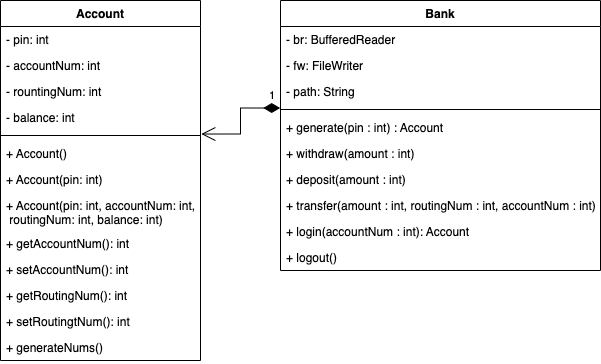
Above: BankOfUmwDesign.png in beardotpdf/240_FinalProject (draw.io), before the change. Source tidied: cells renumbered, new cells last; positions are measured from the earlier drawing's top-left corner, leaving out a move shared by most shapes.
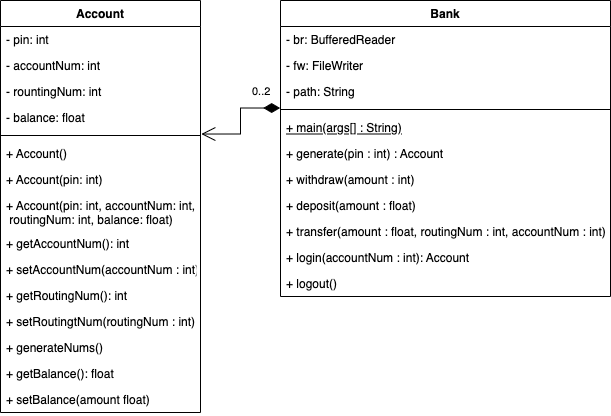
The same file after the commit.

Commit message:
updating design diagram, uploading psuedocode description to accompany diagram.

The edit, as a diff of the source:
```diff
@@ -3,7 +3,7 @@
     <mxCell id="0" />
     <mxCell id="1" parent="0" />
     <mxCell id="2" value="Account" style="swimlane;fontStyle=1;align=center;verticalAlign=top;horizontal=1;startSize=26;" parent="1" vertex="1">
-      <mxGeometry width="200" height="360" as="geometry" />
+      <mxGeometry width="200" height="412" as="geometry" />
     </mxCell>
     <mxCell id="3" value="- pin: int" style="text;strokeColor=none;fillColor=none;align=left;verticalAlign=top;spacingLeft=4;spacingRight=4;overflow=hidden;" parent="2" vertex="1">
       <mxGeometry y="26" width="200" height="26" as="geometry" />
@@ -14,7 +14,7 @@
     <mxCell id="5" value="- rountingNum: int" style="text;strokeColor=none;fillColor=none;align=left;verticalAlign=top;spacingLeft=4;spacingRight=4;overflow=hidden;" parent="2" vertex="1">
       <mxGeometry y="78" width="200" height="26" as="geometry" />
     </mxCell>
-    <mxCell id="6" value="- balance: int" style="text;strokeColor=none;fillColor=none;align=left;verticalAlign=top;spacingLeft=4;spacingRight=4;overflow=hidden;" parent="2" vertex="1">
+    <mxCell id="6" value="- balance: float" style="text;strokeColor=none;fillColor=none;align=left;verticalAlign=top;spacingLeft=4;spacingRight=4;overflow=hidden;" parent="2" vertex="1">
       <mxGeometry y="104" width="200" height="26" as="geometry" />
     </mxCell>
     <mxCell id="7" style="line;strokeWidth=1;fillColor=none;align=left;verticalAlign=middle;spacingTop=-1;spacingLeft=3;spacingRight=3;labelPosition=right;points=[];portConstraint=eastwest;" parent="2" vertex="1">
@@ -26,59 +26,68 @@
     <mxCell id="9" value="+ Account(pin: int)" style="text;strokeColor=none;fillColor=none;align=left;verticalAlign=top;spacingLeft=4;spacingRight=4;overflow=hidden;" parent="2" vertex="1">
       <mxGeometry y="166" width="200" height="26" as="geometry" />
     </mxCell>
-    <mxCell id="10" value="+ Account(pin: int, accountNum: int,&#10; routingNum: int, balance: int)" style="text;strokeColor=none;fillColor=none;align=left;verticalAlign=top;spacingLeft=4;spacingRight=4;overflow=hidden;" parent="2" vertex="1">
+    <mxCell id="10" value="+ Account(pin: int, accountNum: int,&#10; routingNum: int, balance: float)" style="text;strokeColor=none;fillColor=none;align=left;verticalAlign=top;spacingLeft=4;spacingRight=4;overflow=hidden;" parent="2" vertex="1">
       <mxGeometry y="192" width="200" height="38" as="geometry" />
     </mxCell>
     <mxCell id="11" value="+ getAccountNum(): int" style="text;strokeColor=none;fillColor=none;align=left;verticalAlign=top;spacingLeft=4;spacingRight=4;overflow=hidden;" parent="2" vertex="1">
       <mxGeometry y="230" width="200" height="26" as="geometry" />
     </mxCell>
-    <mxCell id="12" value="+ setAccountNum(): int" style="text;strokeColor=none;fillColor=none;align=left;verticalAlign=top;spacingLeft=4;spacingRight=4;overflow=hidden;" parent="2" vertex="1">
+    <mxCell id="12" value="+ setAccountNum(accountNum : int)" style="text;strokeColor=none;fillColor=none;align=left;verticalAlign=top;spacingLeft=4;spacingRight=4;overflow=hidden;" parent="2" vertex="1">
       <mxGeometry y="256" width="200" height="26" as="geometry" />
     </mxCell>
     <mxCell id="13" value="+ getRoutingNum(): int" style="text;strokeColor=none;fillColor=none;align=left;verticalAlign=top;spacingLeft=4;spacingRight=4;overflow=hidden;" parent="2" vertex="1">
       <mxGeometry y="282" width="200" height="26" as="geometry" />
     </mxCell>
-    <mxCell id="14" value="+ setRoutingtNum(): int" style="text;strokeColor=none;fillColor=none;align=left;verticalAlign=top;spacingLeft=4;spacingRight=4;overflow=hidden;" parent="2" vertex="1">
+    <mxCell id="14" value="+ setRoutingtNum(routingNum : int)" style="text;strokeColor=none;fillColor=none;align=left;verticalAlign=top;spacingLeft=4;spacingRight=4;overflow=hidden;" parent="2" vertex="1">
       <mxGeometry y="308" width="200" height="26" as="geometry" />
     </mxCell>
     <mxCell id="15" value="+ generateNums()" style="text;strokeColor=none;fillColor=none;align=left;verticalAlign=top;spacingLeft=4;spacingRight=4;overflow=hidden;" parent="2" vertex="1">
       <mxGeometry y="334" width="200" height="26" as="geometry" />
     </mxCell>
+    <mxCell id="28" value="+ getBalance(): float" style="text;strokeColor=none;fillColor=none;align=left;verticalAlign=top;spacingLeft=4;spacingRight=4;overflow=hidden;" parent="2" vertex="1">
+      <mxGeometry y="360" width="200" height="26" as="geometry" />
+    </mxCell>
+    <mxCell id="29" value="+ setBalance(amount float)" style="text;strokeColor=none;fillColor=none;align=left;verticalAlign=top;spacingLeft=4;spacingRight=4;overflow=hidden;" parent="2" vertex="1">
+      <mxGeometry y="386" width="200" height="26" as="geometry" />
+    </mxCell>
     <mxCell id="16" value="Bank" style="swimlane;fontStyle=1;align=center;verticalAlign=top;horizontal=1;startSize=26;" parent="1" vertex="1">
-      <mxGeometry x="280" width="320" height="270" as="geometry" />
+      <mxGeometry x="280" width="330" height="296" as="geometry" />
     </mxCell>
     <mxCell id="17" value="- br: BufferedReader" style="text;strokeColor=none;fillColor=none;align=left;verticalAlign=top;spacingLeft=4;spacingRight=4;overflow=hidden;" parent="16" vertex="1">
-      <mxGeometry y="26" width="320" height="26" as="geometry" />
+      <mxGeometry y="26" width="330" height="26" as="geometry" />
     </mxCell>
     <mxCell id="18" value="- fw: FileWriter" style="text;strokeColor=none;fillColor=none;align=left;verticalAlign=top;spacingLeft=4;spacingRight=4;overflow=hidden;" parent="16" vertex="1">
-      <mxGeometry y="52" width="320" height="26" as="geometry" />
+      <mxGeometry y="52" width="330" height="26" as="geometry" />
     </mxCell>
     <mxCell id="19" value="- path: String" style="text;strokeColor=none;fillColor=none;align=left;verticalAlign=top;spacingLeft=4;spacingRight=4;overflow=hidden;" parent="16" vertex="1">
-      <mxGeometry y="78" width="320" height="26" as="geometry" />
+      <mxGeometry y="78" width="330" height="26" as="geometry" />
     </mxCell>
     <mxCell id="20" style="line;strokeWidth=1;fillColor=none;align=left;verticalAlign=middle;spacingTop=-1;spacingLeft=3;spacingRight=3;labelPosition=right;points=[];portConstraint=eastwest;" parent="16" vertex="1">
-      <mxGeometry y="104" width="320" height="10" as="geometry" />
+      <mxGeometry y="104" width="330" height="10" as="geometry" />
     </mxCell>
+    <mxCell id="30" value="+ main(args[] : String)" style="text;strokeColor=none;fillColor=none;align=left;verticalAlign=top;spacingLeft=4;spacingRight=4;overflow=hidden;fontStyle=4;" parent="16" vertex="1">
+      <mxGeometry y="114" width="330" height="26" as="geometry" />
+    </mxCell>
     <mxCell id="21" value="+ generate(pin : int) : Account" style="text;strokeColor=none;fillColor=none;align=left;verticalAlign=top;spacingLeft=4;spacingRight=4;overflow=hidden;" parent="16" vertex="1">
-      <mxGeometry y="114" width="320" height="26" as="geometry" />
+      <mxGeometry y="140" width="330" height="26" as="geometry" />
     </mxCell>
     <mxCell id="22" value="+ withdraw(amount : int)" style="text;strokeColor=none;fillColor=none;align=left;verticalAlign=top;spacingLeft=4;spacingRight=4;overflow=hidden;" parent="16" vertex="1">
-      <mxGeometry y="140" width="320" height="26" as="geometry" />
+      <mxGeometry y="166" width="330" height="26" as="geometry" />
     </mxCell>
-    <mxCell id="23" value="+ deposit(amount : int)" style="text;strokeColor=none;fillColor=none;align=left;verticalAlign=top;spacingLeft=4;spacingRight=4;overflow=hidden;" parent="16" vertex="1">
-      <mxGeometry y="166" width="320" height="26" as="geometry" />
+    <mxCell id="23" value="+ deposit(amount : float)" style="text;strokeColor=none;fillColor=none;align=left;verticalAlign=top;spacingLeft=4;spacingRight=4;overflow=hidden;" parent="16" vertex="1">
+      <mxGeometry y="192" width="330" height="26" as="geometry" />
     </mxCell>
-    <mxCell id="24" value="+ transfer(amount : int, routingNum : int, accountNum : int)" style="text;strokeColor=none;fillColor=none;align=left;verticalAlign=top;spacingLeft=4;spacingRight=4;overflow=hidden;" parent="16" vertex="1">
-      <mxGeometry y="192" width="320" height="26" as="geometry" />
+    <mxCell id="24" value="+ transfer(amount : float, routingNum : int, accountNum : int)" style="text;strokeColor=none;fillColor=none;align=left;verticalAlign=top;spacingLeft=4;spacingRight=4;overflow=hidden;" parent="16" vertex="1">
+      <mxGeometry y="218" width="330" height="26" as="geometry" />
     </mxCell>
     <mxCell id="25" value="+ login(accountNum : int): Account" style="text;strokeColor=none;fillColor=none;align=left;verticalAlign=top;spacingLeft=4;spacingRight=4;overflow=hidden;" parent="16" vertex="1">
-      <mxGeometry y="218" width="320" height="26" as="geometry" />
+      <mxGeometry y="244" width="330" height="26" as="geometry" />
     </mxCell>
     <mxCell id="26" value="+ logout()" style="text;strokeColor=none;fillColor=none;align=left;verticalAlign=top;spacingLeft=4;spacingRight=4;overflow=hidden;" parent="16" vertex="1">
-      <mxGeometry y="244" width="320" height="26" as="geometry" />
+      <mxGeometry y="270" width="330" height="26" as="geometry" />
     </mxCell>
-    <mxCell id="27" value="1" style="endArrow=open;html=1;endSize=12;startArrow=diamondThin;startSize=14;startFill=1;edgeStyle=orthogonalEdgeStyle;align=left;verticalAlign=bottom;rounded=0;exitX=-0.001;exitY=0.353;exitDx=0;exitDy=0;exitPerimeter=0;entryX=1.004;entryY=0.353;entryDx=0;entryDy=0;entryPerimeter=0;" parent="1" edge="1" source="20" target="7">
-      <mxGeometry x="-0.76" y="-4" relative="1" as="geometry" />
+    <mxCell id="27" value="0..2" style="endArrow=open;html=1;endSize=12;startArrow=diamondThin;startSize=14;startFill=1;edgeStyle=orthogonalEdgeStyle;align=left;verticalAlign=bottom;rounded=0;exitX=-0.001;exitY=0.353;exitDx=0;exitDy=0;exitPerimeter=0;entryX=1.004;entryY=0.353;entryDx=0;entryDy=0;entryPerimeter=0;" parent="1" edge="1" source="20" target="7">
+      <mxGeometry x="-0.43" y="-8" relative="1" as="geometry" />
     </mxCell>
   </root>
 </mxGraphModel>
```
